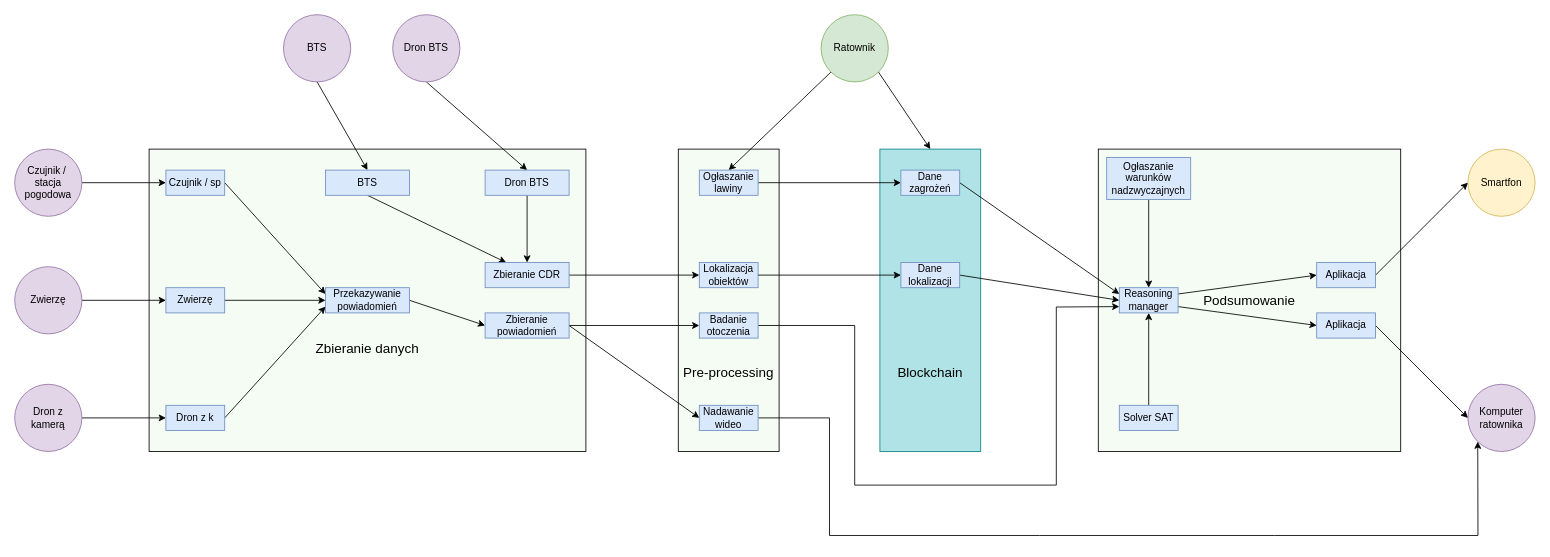
Before: page "System (szczegółowy)" (5 of 11) of Diagrams.drawio in nikitagrygoriev/Blockchain, a draw.io diagram. Source tidied: cells renumbered, new cells numbered last; positions are measured from the earlier drawing's top-left corner, leaving out a move shared by most shapes. Both pictures are drawn from the tidied source at 84%, with x=0, y=0 at pixel (14, 14).
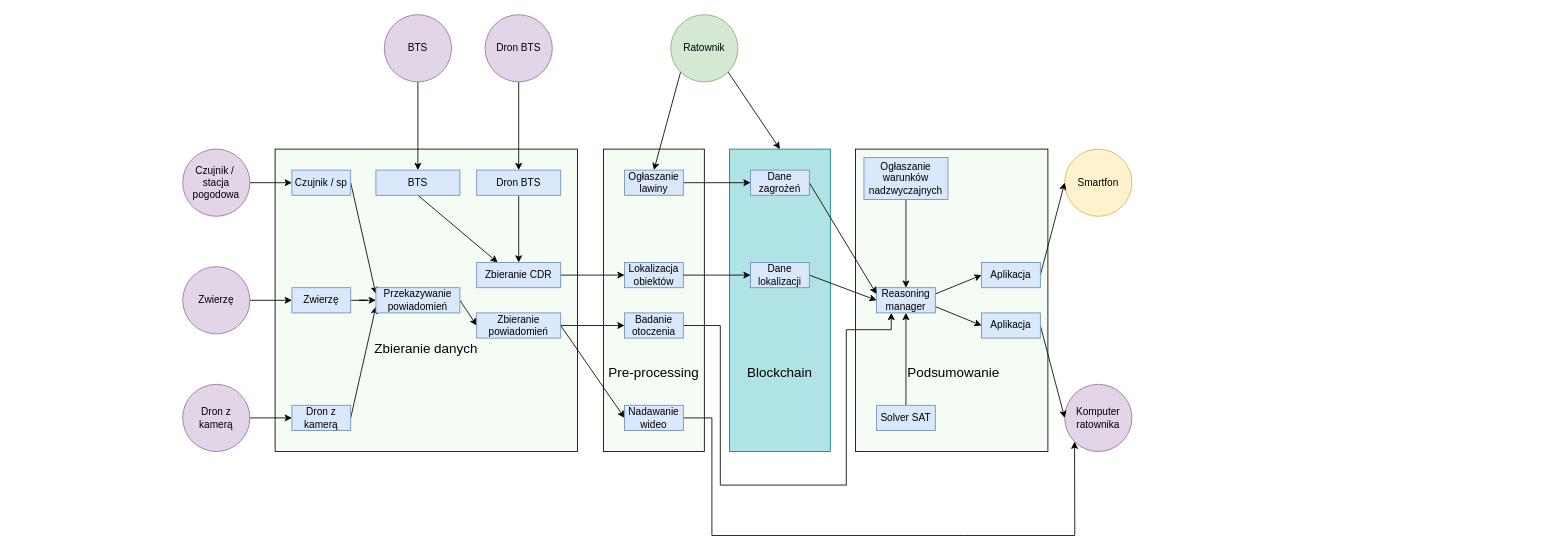
Above is the later version.

What changed in the source:
```diff
@@
+    <mxCell id="5" value="&lt;font style=&quot;font-size: 16px&quot;&gt;&lt;br&gt;&lt;br&gt;&lt;br&gt;&lt;br&gt;&lt;br&gt;&lt;br&gt;&lt;br&gt;&lt;br&gt;&lt;br&gt;&amp;nbsp;Podsumowanie&lt;/font&gt;" style="rounded=0;whiteSpace=wrap;html=1;strokeColor=#000000;fillColor=#F5FCF4;" parent="1" vertex="1">
+      <mxGeometry x="1001" y="160" width="229" height="360" as="geometry" />
+    </mxCell>
     <mxCell id="2" value="&lt;font style=&quot;font-size: 16px&quot;&gt;&lt;br&gt;&lt;br&gt;&lt;br&gt;&lt;br&gt;&lt;br&gt;&lt;br&gt;&lt;br&gt;&lt;br&gt;&lt;br&gt;Blockchain&lt;/font&gt;" style="rounded=0;whiteSpace=wrap;html=1;strokeColor=#0e8088;fillColor=#b0e3e6;" parent="1" vertex="1">
-      <mxGeometry x="1030" y="160" width="120" height="360" as="geometry" />
+      <mxGeometry x="851" y="160" width="120" height="360" as="geometry" />
     </mxCell>
     <mxCell id="3" value="&lt;font style=&quot;font-size: 16px&quot;&gt;&lt;br&gt;&lt;br&gt;&lt;br&gt;&lt;br&gt;&lt;br&gt;&lt;br&gt;&lt;br&gt;&lt;br&gt;&lt;br&gt;Pre-processing&lt;/font&gt;" style="rounded=0;whiteSpace=wrap;html=1;strokeColor=#000000;fillColor=#F5FCF4;" parent="1" vertex="1">
-      <mxGeometry x="790" y="160" width="120" height="360" as="geometry" />
+      <mxGeometry x="701" y="160" width="120" height="360" as="geometry" />
     </mxCell>
     <mxCell id="4" value="&lt;font style=&quot;font-size: 16px&quot;&gt;&lt;br&gt;&lt;br&gt;&lt;br&gt;&lt;br&gt;&lt;br&gt;&lt;br&gt;Zbieranie danych&lt;/font&gt;" style="rounded=0;whiteSpace=wrap;html=1;strokeColor=#000000;fillColor=#F5FCF4;" parent="1" vertex="1">
-      <mxGeometry x="160" y="160" width="520" height="360" as="geometry" />
+      <mxGeometry x="310" y="160" width="360" height="360" as="geometry" />
     </mxCell>
-    <mxCell id="5" value="&lt;font style=&quot;font-size: 16px&quot;&gt;Podsumowanie&lt;/font&gt;" style="whiteSpace=wrap;html=1;fillColor=#F5FCF4;" parent="1" vertex="1">
-      <mxGeometry x="1290" y="160" width="360" height="360" as="geometry" />
-    </mxCell>
     <mxCell id="6" value="Smartfon" style="ellipse;whiteSpace=wrap;html=1;fillColor=#fff2cc;strokeColor=#d6b656;" parent="1" vertex="1">
-      <mxGeometry x="1730" y="160" width="80" height="80" as="geometry" />
+      <mxGeometry x="1250" y="160" width="80" height="80" as="geometry" />
     </mxCell>
@@
     <mxCell id="9" value="Ratownik" style="ellipse;whiteSpace=wrap;html=1;fillColor=#d5e8d4;strokeColor=#82b366;" parent="1" vertex="1">
-      <mxGeometry x="960" width="80" height="80" as="geometry" />
+      <mxGeometry x="781" width="80" height="80" as="geometry" />
     </mxCell>
@@
     <mxCell id="11" value="BTS" style="ellipse;whiteSpace=wrap;html=1;fillColor=#e1d5e7;strokeColor=#9673a6;" parent="1" vertex="1">
-      <mxGeometry x="320" width="80" height="80" as="geometry" />
+      <mxGeometry x="440" width="80" height="80" as="geometry" />
     </mxCell>
@@
     <mxCell id="13" value="Dron BTS" style="ellipse;whiteSpace=wrap;html=1;fillColor=#e1d5e7;strokeColor=#9673a6;" parent="1" vertex="1">
-      <mxGeometry x="450" width="80" height="80" as="geometry" />
+      <mxGeometry x="560" width="80" height="80" as="geometry" />
     </mxCell>
@@
     <mxCell id="15" value="Dron z kamerą" style="ellipse;whiteSpace=wrap;html=1;fillColor=#e1d5e7;strokeColor=#9673a6;" parent="1" vertex="1">
-      <mxGeometry y="440" width="80" height="80" as="geometry" />
+      <mxGeometry x="200" y="440" width="80" height="80" as="geometry" />
     </mxCell>
@@
     <mxCell id="17" value="Zwierzę" style="ellipse;whiteSpace=wrap;html=1;fillColor=#e1d5e7;strokeColor=#9673a6;" parent="1" vertex="1">
-      <mxGeometry y="300" width="80" height="80" as="geometry" />
+      <mxGeometry x="200" y="300" width="80" height="80" as="geometry" />
     </mxCell>
@@
     <mxCell id="19" value="Czujnik /&amp;nbsp;&lt;br&gt;stacja pogodowa" style="ellipse;whiteSpace=wrap;html=1;fillColor=#e1d5e7;strokeColor=#9673a6;" parent="1" vertex="1">
-      <mxGeometry y="160" width="80" height="80" as="geometry" />
+      <mxGeometry x="200" y="160" width="80" height="80" as="geometry" />
     </mxCell>
     <mxCell id="20" value="Komputer ratownika" style="ellipse;whiteSpace=wrap;html=1;fillColor=#e1d5e7;strokeColor=#9673a6;" parent="1" vertex="1">
-      <mxGeometry x="1730" y="440" width="80" height="80" as="geometry" />
+      <mxGeometry x="1250" y="440" width="80" height="80" as="geometry" />
     </mxCell>
@@
     <mxCell id="22" value="Czujnik / sp" style="rounded=0;whiteSpace=wrap;html=1;strokeColor=#6c8ebf;fillColor=#dae8fc;" parent="1" vertex="1">
-      <mxGeometry x="180" y="185" width="70" height="30" as="geometry" />
+      <mxGeometry x="330" y="185" width="70" height="30" as="geometry" />
     </mxCell>
-    <mxCell id="23" style="edgeStyle=none;rounded=0;jettySize=auto;html=1;exitX=1;exitY=0.5;exitDx=0;exitDy=0;" parent="1" edge="1" source="24">
-      <mxGeometry relative="1" as="geometry">
-        <mxPoint x="370" y="340" as="targetPoint" />
-      </mxGeometry>
-    </mxCell>
+    <mxCell id="61" style="edgeStyle=orthogonalEdgeStyle;rounded=0;jettySize=auto;html=1;" parent="1" edge="1" source="24" target="28">
+      <mxGeometry relative="1" as="geometry" />
+    </mxCell>
     <mxCell id="24" value="Zwierzę" style="rounded=0;whiteSpace=wrap;html=1;strokeColor=#6c8ebf;fillColor=#dae8fc;" parent="1" vertex="1">
-      <mxGeometry x="180" y="325" width="70" height="30" as="geometry" />
+      <mxGeometry x="330" y="325" width="70" height="30" as="geometry" />
     </mxCell>
@@
-    <mxCell id="26" value="Dron z k" style="rounded=0;whiteSpace=wrap;html=1;strokeColor=#6c8ebf;fillColor=#dae8fc;" parent="1" vertex="1">
-      <mxGeometry x="180" y="465" width="70" height="30" as="geometry" />
+    <mxCell id="26" value="Dron z kamerą" style="rounded=0;whiteSpace=wrap;html=1;strokeColor=#6c8ebf;fillColor=#dae8fc;" parent="1" vertex="1">
+      <mxGeometry x="330" y="465" width="70" height="30" as="geometry" />
     </mxCell>
@@
     <mxCell id="28" value="&lt;font style=&quot;font-size: 12px&quot;&gt;Przekazywanie&lt;br&gt;powiadomień&lt;/font&gt;" style="rounded=0;whiteSpace=wrap;html=1;strokeColor=#6c8ebf;fillColor=#dae8fc;" parent="1" vertex="1">
-      <mxGeometry x="370" y="325" width="100" height="30" as="geometry" />
+      <mxGeometry x="430" y="325" width="100" height="30" as="geometry" />
     </mxCell>
@@
     <mxCell id="30" value="BTS" style="rounded=0;whiteSpace=wrap;html=1;strokeColor=#6c8ebf;fillColor=#dae8fc;" parent="1" vertex="1">
-      <mxGeometry x="370" y="185" width="100" height="30" as="geometry" />
+      <mxGeometry x="430" y="185" width="100" height="30" as="geometry" />
     </mxCell>
@@
     <mxCell id="32" value="Dron BTS" style="rounded=0;whiteSpace=wrap;html=1;strokeColor=#6c8ebf;fillColor=#dae8fc;" parent="1" vertex="1">
-      <mxGeometry x="560" y="185" width="100" height="30" as="geometry" />
+      <mxGeometry x="550" y="185" width="100" height="30" as="geometry" />
     </mxCell>
@@
     <mxCell id="34" value="Zbieranie CDR" style="rounded=0;whiteSpace=wrap;html=1;strokeColor=#6c8ebf;fillColor=#dae8fc;" parent="1" vertex="1">
-      <mxGeometry x="560" y="295" width="100" height="30" as="geometry" />
+      <mxGeometry x="550" y="295" width="100" height="30" as="geometry" />
     </mxCell>
@@
     <mxCell id="37" value="&lt;font style=&quot;font-size: 12px&quot;&gt;Zbieranie powiadomień&lt;/font&gt;" style="rounded=0;whiteSpace=wrap;html=1;strokeColor=#6c8ebf;fillColor=#dae8fc;" parent="1" vertex="1">
-      <mxGeometry x="560" y="355" width="100" height="30" as="geometry" />
+      <mxGeometry x="550" y="355" width="100" height="30" as="geometry" />
     </mxCell>
     <mxCell id="38" style="edgeStyle=none;rounded=0;jettySize=auto;html=1;exitX=1;exitY=0.5;exitDx=0;exitDy=0;entryX=0;entryY=1;entryDx=0;entryDy=0;" parent="1" edge="1" source="39" target="20">
       <mxGeometry relative="1" as="geometry">
         <Array as="points">
-          <mxPoint x="970" y="480" />
-          <mxPoint x="970" y="620" />
-          <mxPoint x="1220" y="620" />
-          <mxPoint x="1500" y="620" />
-          <mxPoint x="1742" y="620" />
+          <mxPoint x="830" y="480" />
+          <mxPoint x="830" y="620" />
+          <mxPoint x="1131" y="620" />
+          <mxPoint x="1262" y="620" />
         </Array>
       </mxGeometry>
     </mxCell>
     <mxCell id="39" value="Nadawanie wideo" style="rounded=0;whiteSpace=wrap;html=1;strokeColor=#6c8ebf;fillColor=#dae8fc;" parent="1" vertex="1">
-      <mxGeometry x="815" y="465" width="70" height="30" as="geometry" />
+      <mxGeometry x="726" y="465" width="70" height="30" as="geometry" />
     </mxCell>
     <mxCell id="40" value="Lokalizacja obiektów" style="rounded=0;whiteSpace=wrap;html=1;strokeColor=#6c8ebf;fillColor=#dae8fc;" parent="1" vertex="1">
-      <mxGeometry x="815" y="295" width="70" height="30" as="geometry" />
+      <mxGeometry x="726" y="295" width="70" height="30" as="geometry" />
     </mxCell>
-    <mxCell id="41" style="edgeStyle=none;rounded=0;jettySize=auto;html=1;exitX=1;exitY=0.5;exitDx=0;exitDy=0;entryX=0;entryY=0.75;entryDx=0;entryDy=0;" parent="1" edge="1" source="42" target="45">
+    <mxCell id="41" style="edgeStyle=orthogonalEdgeStyle;rounded=0;jettySize=auto;html=1;entryX=0.25;entryY=1;entryDx=0;entryDy=0;" parent="1" edge="1" source="42" target="45">
       <mxGeometry relative="1" as="geometry">
         <Array as="points">
-          <mxPoint x="1000" y="370" />
-          <mxPoint x="1000" y="560" />
-          <mxPoint x="1240" y="560" />
-          <mxPoint x="1240" y="348" />
+          <mxPoint x="840" y="370" />
+          <mxPoint x="840" y="560" />
+          <mxPoint x="990" y="560" />
+          <mxPoint x="990" y="375" />
+          <mxPoint x="1044" y="375" />
         </Array>
       </mxGeometry>
     </mxCell>
     <mxCell id="42" value="Badanie otoczenia" style="rounded=0;whiteSpace=wrap;html=1;strokeColor=#6c8ebf;fillColor=#dae8fc;" parent="1" vertex="1">
-      <mxGeometry x="815" y="355" width="70" height="30" as="geometry" />
+      <mxGeometry x="726" y="355" width="70" height="30" as="geometry" />
     </mxCell>
@@
     <mxCell id="45" value="Reasoning manager" style="rounded=0;whiteSpace=wrap;html=1;strokeColor=#6c8ebf;fillColor=#dae8fc;" parent="1" vertex="1">
-      <mxGeometry x="1315" y="325" width="70" height="30" as="geometry" />
+      <mxGeometry x="1026" y="325" width="70" height="30" as="geometry" />
     </mxCell>
@@
     <mxCell id="47" value="Solver SAT" style="rounded=0;whiteSpace=wrap;html=1;strokeColor=#6c8ebf;fillColor=#dae8fc;" parent="1" vertex="1">
-      <mxGeometry x="1315" y="465" width="70" height="30" as="geometry" />
+      <mxGeometry x="1026" y="465" width="70" height="30" as="geometry" />
     </mxCell>
@@
     <mxCell id="49" value="Aplikacja" style="rounded=0;whiteSpace=wrap;html=1;strokeColor=#6c8ebf;fillColor=#dae8fc;" parent="1" vertex="1">
-      <mxGeometry x="1550" y="295" width="70" height="30" as="geometry" />
+      <mxGeometry x="1151" y="295" width="70" height="30" as="geometry" />
     </mxCell>
@@
     <mxCell id="51" value="Aplikacja" style="rounded=0;whiteSpace=wrap;html=1;strokeColor=#6c8ebf;fillColor=#dae8fc;" parent="1" vertex="1">
-      <mxGeometry x="1550" y="355" width="70" height="30" as="geometry" />
+      <mxGeometry x="1151" y="355" width="70" height="30" as="geometry" />
     </mxCell>
-    <mxCell id="52" style="edgeStyle=none;rounded=0;jettySize=auto;html=1;exitX=0.5;exitY=1;exitDx=0;exitDy=0;entryX=0.5;entryY=0;entryDx=0;entryDy=0;" parent="1" edge="1" source="53" target="45">
+    <mxCell id="52" style="edgeStyle=orthogonalEdgeStyle;rounded=0;jettySize=auto;html=1;" parent="1" edge="1" source="53" target="45">
       <mxGeometry relative="1" as="geometry" />
     </mxCell>
     <mxCell id="53" value="Ogłaszanie warunków nadzwyczajnych" style="rounded=0;whiteSpace=wrap;html=1;strokeColor=#6c8ebf;fillColor=#dae8fc;" parent="1" vertex="1">
-      <mxGeometry x="1300" y="170" width="100" height="50" as="geometry" />
+      <mxGeometry x="1011" y="170" width="100" height="50" as="geometry" />
     </mxCell>
@@
     <mxCell id="55" value="Ogłaszanie lawiny" style="rounded=0;whiteSpace=wrap;html=1;strokeColor=#6c8ebf;fillColor=#dae8fc;" parent="1" vertex="1">
-      <mxGeometry x="815" y="185" width="70" height="30" as="geometry" />
+      <mxGeometry x="726" y="185" width="70" height="30" as="geometry" />
     </mxCell>
@@
     <mxCell id="57" value="Dane lokalizacji" style="rounded=0;whiteSpace=wrap;html=1;strokeColor=#6c8ebf;fillColor=#dae8fc;" parent="1" vertex="1">
-      <mxGeometry x="1055" y="295" width="70" height="30" as="geometry" />
+      <mxGeometry x="876" y="295" width="70" height="30" as="geometry" />
     </mxCell>
@@
     <mxCell id="59" value="Dane&lt;br&gt;zagrożeń" style="rounded=0;whiteSpace=wrap;html=1;strokeColor=#6c8ebf;fillColor=#dae8fc;" parent="1" vertex="1">
-      <mxGeometry x="1055" y="185" width="70" height="30" as="geometry" />
+      <mxGeometry x="876" y="185" width="70" height="30" as="geometry" />
     </mxCell>
```
